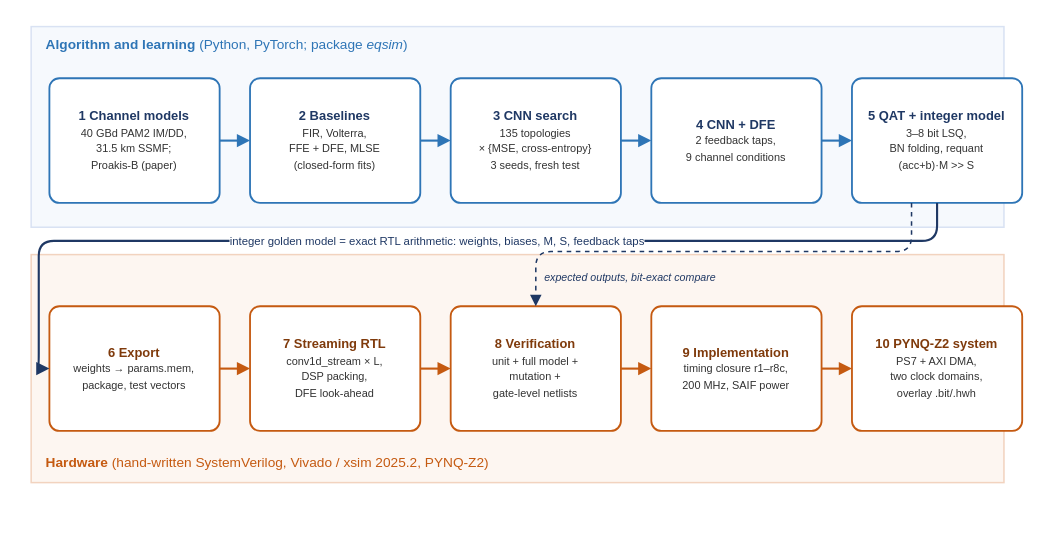
Before: report/diagrams/drawio/fig01_pipeline.drawio in JSpectre20/mlee-cnn-equalizer, a draw.io diagram. Source tidied: cells renumbered, new cells numbered last; positions are measured from the earlier drawing's top-left corner, leaving out a move shared by most shapes. Both pictures are drawn from the tidied source at 152%, with x=0, y=0 at pixel (30, 26).
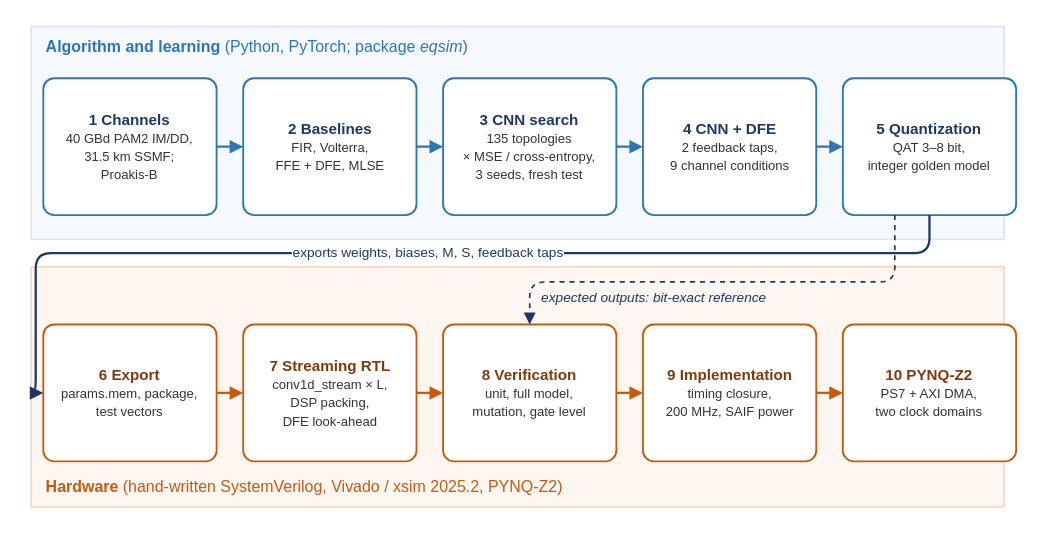
After the change.

What changed in the source:
```diff
@@
     <mxCell id="2" style="rounded=0;arcSize=8;whiteSpace=wrap;html=1;fillColor=#F6F9FD;strokeColor=#D9E2F3;fontColor=#1F3864;fontFamily=Arial;fontSize=9;align=center;verticalAlign=middle;strokeWidth=1;dashed=0;spacing=3;" parent="1" vertex="1">
-      <mxGeometry width="640" height="132" as="geometry" />
+      <mxGeometry width="640" height="140" as="geometry" />
     </mxCell>
     <mxCell id="3" style="rounded=0;arcSize=8;whiteSpace=wrap;html=1;fillColor=#FDF6F1;strokeColor=#F2D3BF;fontColor=#1F3864;fontFamily=Arial;fontSize=9;align=center;verticalAlign=middle;strokeWidth=1;dashed=0;spacing=3;" parent="1" vertex="1">
-      <mxGeometry y="150" width="640" height="150" as="geometry" />
+      <mxGeometry y="158" width="640" height="158" as="geometry" />
     </mxCell>
-    <mxCell id="4" value="&lt;b&gt;Algorithm and learning&lt;/b&gt;  (Python, PyTorch; package &lt;i&gt;eqsim&lt;/i&gt;)" style="text;html=1;whiteSpace=wrap;fontFamily=Arial;fontSize=9;fontColor=#2E75B6;align=left;verticalAlign=middle;fontStyle=0;spacing=0;" parent="1" vertex="1">
-      <mxGeometry x="10" y="4" width="520" height="16" as="geometry" />
+    <mxCell id="4" value="&lt;b&gt;Algorithm and learning&lt;/b&gt;  (Python, PyTorch; package &lt;i&gt;eqsim&lt;/i&gt;)" style="text;html=1;whiteSpace=wrap;fontFamily=Arial;fontSize=10.5;fontColor=#2E75B6;align=left;verticalAlign=middle;fontStyle=0;spacing=0;" parent="1" vertex="1">
+      <mxGeometry x="10" y="4" width="600" height="18" as="geometry" />
     </mxCell>
-    <mxCell id="5" value="&lt;b&gt;Hardware&lt;/b&gt;  (hand-written SystemVerilog, Vivado / xsim 2025.2, PYNQ-Z2)" style="text;html=1;whiteSpace=wrap;fontFamily=Arial;fontSize=9;fontColor=#C55A11;align=left;verticalAlign=middle;fontStyle=0;spacing=0;" parent="1" vertex="1">
-      <mxGeometry x="10" y="279" width="520" height="16" as="geometry" />
+    <mxCell id="5" value="&lt;b&gt;Hardware&lt;/b&gt;  (hand-written SystemVerilog, Vivado / xsim 2025.2, PYNQ-Z2)" style="text;html=1;whiteSpace=wrap;fontFamily=Arial;fontSize=10.5;fontColor=#C55A11;align=left;verticalAlign=middle;fontStyle=0;spacing=0;" parent="1" vertex="1">
+      <mxGeometry x="10" y="294" width="600" height="18" as="geometry" />
     </mxCell>
-    <mxCell id="6" value="&lt;b&gt;1  Channel models&lt;/b&gt;&lt;br&gt;&lt;font style=&quot;font-size:7.2px&quot; color=&quot;#333333&quot;&gt;40 GBd PAM2 IM/DD,&lt;br&gt;31.5 km SSMF;&lt;br&gt;Proakis-B (paper)&lt;/font&gt;" style="rounded=1;arcSize=8;whiteSpace=wrap;html=1;fillColor=#FFFFFF;strokeColor=#2E75B6;fontColor=#1F3864;fontFamily=Arial;fontSize=8.5;align=center;verticalAlign=middle;strokeWidth=1.2;dashed=0;spacing=3;" parent="1" vertex="1">
-      <mxGeometry x="12" y="34" width="112" height="82" as="geometry" />
+    <mxCell id="6" value="&lt;b&gt;1  Channels&lt;/b&gt;&lt;br&gt;&lt;font style=&quot;font-size:8.6px&quot; color=&quot;#333333&quot;&gt;40 GBd PAM2 IM/DD,&lt;br&gt;31.5 km SSMF;&lt;br&gt;Proakis-B&lt;/font&gt;" style="rounded=1;arcSize=8;whiteSpace=wrap;html=1;fillColor=#FFFFFF;strokeColor=#2E75B6;fontColor=#1F3864;fontFamily=Arial;fontSize=10;align=center;verticalAlign=middle;strokeWidth=1.2;dashed=0;spacing=3;" parent="1" vertex="1">
+      <mxGeometry x="8" y="34" width="114" height="90" as="geometry" />
     </mxCell>
-    <mxCell id="7" value="&lt;b&gt;2  Baselines&lt;/b&gt;&lt;br&gt;&lt;font style=&quot;font-size:7.2px&quot; color=&quot;#333333&quot;&gt;FIR, Volterra,&lt;br&gt;FFE + DFE, MLSE&lt;br&gt;(closed-form fits)&lt;/font&gt;" style="rounded=1;arcSize=8;whiteSpace=wrap;html=1;fillColor=#FFFFFF;strokeColor=#2E75B6;fontColor=#1F3864;fontFamily=Arial;fontSize=8.5;align=center;verticalAlign=middle;strokeWidth=1.2;dashed=0;spacing=3;" parent="1" vertex="1">
-      <mxGeometry x="144" y="34" width="112" height="82" as="geometry" />
+    <mxCell id="7" value="&lt;b&gt;2  Baselines&lt;/b&gt;&lt;br&gt;&lt;font style=&quot;font-size:8.6px&quot; color=&quot;#333333&quot;&gt;FIR, Volterra,&lt;br&gt;FFE + DFE, MLSE&lt;/font&gt;" style="rounded=1;arcSize=8;whiteSpace=wrap;html=1;fillColor=#FFFFFF;strokeColor=#2E75B6;fontColor=#1F3864;fontFamily=Arial;fontSize=10;align=center;verticalAlign=middle;strokeWidth=1.2;dashed=0;spacing=3;" parent="1" vertex="1">
+      <mxGeometry x="139.5" y="34" width="114" height="90" as="geometry" />
     </mxCell>
-    <mxCell id="8" value="&lt;b&gt;3  CNN search&lt;/b&gt;&lt;br&gt;&lt;font style=&quot;font-size:7.2px&quot; color=&quot;#333333&quot;&gt;135 topologies&lt;br&gt;&amp;times; {MSE, cross-entropy}&lt;br&gt;3 seeds, fresh test&lt;/font&gt;" style="rounded=1;arcSize=8;whiteSpace=wrap;html=1;fillColor=#FFFFFF;strokeColor=#2E75B6;fontColor=#1F3864;fontFamily=Arial;fontSize=8.5;align=center;verticalAlign=middle;strokeWidth=1.2;dashed=0;spacing=3;" parent="1" vertex="1">
-      <mxGeometry x="276" y="34" width="112" height="82" as="geometry" />
+    <mxCell id="8" value="&lt;b&gt;3  CNN search&lt;/b&gt;&lt;br&gt;&lt;font style=&quot;font-size:8.6px&quot; color=&quot;#333333&quot;&gt;135 topologies&lt;br&gt;&amp;times; MSE / cross-entropy,&lt;br&gt;3 seeds, fresh test&lt;/font&gt;" style="rounded=1;arcSize=8;whiteSpace=wrap;html=1;fillColor=#FFFFFF;strokeColor=#2E75B6;fontColor=#1F3864;fontFamily=Arial;fontSize=10;align=center;verticalAlign=middle;strokeWidth=1.2;dashed=0;spacing=3;" parent="1" vertex="1">
+      <mxGeometry x="271" y="34" width="114" height="90" as="geometry" />
     </mxCell>
-    <mxCell id="9" value="&lt;b&gt;4  CNN + DFE&lt;/b&gt;&lt;br&gt;&lt;font style=&quot;font-size:7.2px&quot; color=&quot;#333333&quot;&gt;2 feedback taps,&lt;br&gt;9 channel conditions&lt;/font&gt;" style="rounded=1;arcSize=8;whiteSpace=wrap;html=1;fillColor=#FFFFFF;strokeColor=#2E75B6;fontColor=#1F3864;fontFamily=Arial;fontSize=8.5;align=center;verticalAlign=middle;strokeWidth=1.2;dashed=0;spacing=3;" parent="1" vertex="1">
-      <mxGeometry x="408" y="34" width="112" height="82" as="geometry" />
+    <mxCell id="9" value="&lt;b&gt;4  CNN + DFE&lt;/b&gt;&lt;br&gt;&lt;font style=&quot;font-size:8.6px&quot; color=&quot;#333333&quot;&gt;2 feedback taps,&lt;br&gt;9 channel conditions&lt;/font&gt;" style="rounded=1;arcSize=8;whiteSpace=wrap;html=1;fillColor=#FFFFFF;strokeColor=#2E75B6;fontColor=#1F3864;fontFamily=Arial;fontSize=10;align=center;verticalAlign=middle;strokeWidth=1.2;dashed=0;spacing=3;" parent="1" vertex="1">
+      <mxGeometry x="402.5" y="34" width="114" height="90" as="geometry" />
     </mxCell>
-    <mxCell id="10" value="&lt;b&gt;5  QAT + integer model&lt;/b&gt;&lt;br&gt;&lt;font style=&quot;font-size:7.2px&quot; color=&quot;#333333&quot;&gt;3&amp;ndash;8 bit LSQ,&lt;br&gt;BN folding, requant&lt;br&gt;(acc+b)&amp;middot;M &amp;gt;&amp;gt; S&lt;/font&gt;" style="rounded=1;arcSize=8;whiteSpace=wrap;html=1;fillColor=#FFFFFF;strokeColor=#2E75B6;fontColor=#1F3864;fontFamily=Arial;fontSize=8.5;align=center;verticalAlign=middle;strokeWidth=1.2;dashed=0;spacing=3;" parent="1" vertex="1">
-      <mxGeometry x="540" y="34" width="112" height="82" as="geometry" />
+    <mxCell id="10" value="&lt;b&gt;5  Quantization&lt;/b&gt;&lt;br&gt;&lt;font style=&quot;font-size:8.6px&quot; color=&quot;#333333&quot;&gt;QAT 3&amp;ndash;8 bit,&lt;br&gt;integer golden model&lt;/font&gt;" style="rounded=1;arcSize=8;whiteSpace=wrap;html=1;fillColor=#FFFFFF;strokeColor=#2E75B6;fontColor=#1F3864;fontFamily=Arial;fontSize=10;align=center;verticalAlign=middle;strokeWidth=1.2;dashed=0;spacing=3;" parent="1" vertex="1">
+      <mxGeometry x="534" y="34" width="114" height="90" as="geometry" />
     </mxCell>
-    <mxCell id="11" value="&lt;b&gt;6  Export&lt;/b&gt;&lt;br&gt;&lt;font style=&quot;font-size:7.2px&quot; color=&quot;#333333&quot;&gt;weights &amp;rarr; params.mem,&lt;br&gt;package, test vectors&lt;/font&gt;" style="rounded=1;arcSize=8;whiteSpace=wrap;html=1;fillColor=#FFFFFF;strokeColor=#C55A11;fontColor=#7F3A0B;fontFamily=Arial;fontSize=8.5;align=center;verticalAlign=middle;strokeWidth=1.2;dashed=0;spacing=3;" parent="1" vertex="1">
-      <mxGeometry x="12" y="184" width="112" height="82" as="geometry" />
+    <mxCell id="11" value="&lt;b&gt;6  Export&lt;/b&gt;&lt;br&gt;&lt;font style=&quot;font-size:8.6px&quot; color=&quot;#333333&quot;&gt;params.mem, package,&lt;br&gt;test vectors&lt;/font&gt;" style="rounded=1;arcSize=8;whiteSpace=wrap;html=1;fillColor=#FFFFFF;strokeColor=#C55A11;fontColor=#7F3A0B;fontFamily=Arial;fontSize=10;align=center;verticalAlign=middle;strokeWidth=1.2;dashed=0;spacing=3;" parent="1" vertex="1">
+      <mxGeometry x="8" y="196" width="114" height="90" as="geometry" />
     </mxCell>
-    <mxCell id="12" value="&lt;b&gt;7  Streaming RTL&lt;/b&gt;&lt;br&gt;&lt;font style=&quot;font-size:7.2px&quot; color=&quot;#333333&quot;&gt;conv1d_stream &amp;times; L,&lt;br&gt;DSP packing,&lt;br&gt;DFE look-ahead&lt;/font&gt;" style="rounded=1;arcSize=8;whiteSpace=wrap;html=1;fillColor=#FFFFFF;strokeColor=#C55A11;fontColor=#7F3A0B;fontFamily=Arial;fontSize=8.5;align=center;verticalAlign=middle;strokeWidth=1.2;dashed=0;spacing=3;" parent="1" vertex="1">
-      <mxGeometry x="144" y="184" width="112" height="82" as="geometry" />
+    <mxCell id="12" value="&lt;b&gt;7  Streaming RTL&lt;/b&gt;&lt;br&gt;&lt;font style=&quot;font-size:8.6px&quot; color=&quot;#333333&quot;&gt;conv1d_stream &amp;times; L,&lt;br&gt;DSP packing,&lt;br&gt;DFE look-ahead&lt;/font&gt;" style="rounded=1;arcSize=8;whiteSpace=wrap;html=1;fillColor=#FFFFFF;strokeColor=#C55A11;fontColor=#7F3A0B;fontFamily=Arial;fontSize=10;align=center;verticalAlign=middle;strokeWidth=1.2;dashed=0;spacing=3;" parent="1" vertex="1">
+      <mxGeometry x="139.5" y="196" width="114" height="90" as="geometry" />
     </mxCell>
-    <mxCell id="13" value="&lt;b&gt;8  Verification&lt;/b&gt;&lt;br&gt;&lt;font style=&quot;font-size:7.2px&quot; color=&quot;#333333&quot;&gt;unit + full model +&lt;br&gt;mutation +&lt;br&gt;gate-level netlists&lt;/font&gt;" style="rounded=1;arcSize=8;whiteSpace=wrap;html=1;fillColor=#FFFFFF;strokeColor=#C55A11;fontColor=#7F3A0B;fontFamily=Arial;fontSize=8.5;align=center;verticalAlign=middle;strokeWidth=1.2;dashed=0;spacing=3;" parent="1" vertex="1">
-      <mxGeometry x="276" y="184" width="112" height="82" as="geometry" />
+    <mxCell id="13" value="&lt;b&gt;8  Verification&lt;/b&gt;&lt;br&gt;&lt;font style=&quot;font-size:8.6px&quot; color=&quot;#333333&quot;&gt;unit, full model,&lt;br&gt;mutation, gate level&lt;/font&gt;" style="rounded=1;arcSize=8;whiteSpace=wrap;html=1;fillColor=#FFFFFF;strokeColor=#C55A11;fontColor=#7F3A0B;fontFamily=Arial;fontSize=10;align=center;verticalAlign=middle;strokeWidth=1.2;dashed=0;spacing=3;" parent="1" vertex="1">
+      <mxGeometry x="271" y="196" width="114" height="90" as="geometry" />
     </mxCell>
-    <mxCell id="14" value="&lt;b&gt;9  Implementation&lt;/b&gt;&lt;br&gt;&lt;font style=&quot;font-size:7.2px&quot; color=&quot;#333333&quot;&gt;timing closure r1&amp;ndash;r8c,&lt;br&gt;200 MHz, SAIF power&lt;/font&gt;" style="rounded=1;arcSize=8;whiteSpace=wrap;html=1;fillColor=#FFFFFF;strokeColor=#C55A11;fontColor=#7F3A0B;fontFamily=Arial;fontSize=8.5;align=center;verticalAlign=middle;strokeWidth=1.2;dashed=0;spacing=3;" parent="1" vertex="1">
-      <mxGeometry x="408" y="184" width="112" height="82" as="geometry" />
+    <mxCell id="14" value="&lt;b&gt;9  Implementation&lt;/b&gt;&lt;br&gt;&lt;font style=&quot;font-size:8.6px&quot; color=&quot;#333333&quot;&gt;timing closure,&lt;br&gt;200 MHz, SAIF power&lt;/font&gt;" style="rounded=1;arcSize=8;whiteSpace=wrap;html=1;fillColor=#FFFFFF;strokeColor=#C55A11;fontColor=#7F3A0B;fontFamily=Arial;fontSize=10;align=center;verticalAlign=middle;strokeWidth=1.2;dashed=0;spacing=3;" parent="1" vertex="1">
+      <mxGeometry x="402.5" y="196" width="114" height="90" as="geometry" />
     </mxCell>
-    <mxCell id="15" value="&lt;b&gt;10  PYNQ-Z2 system&lt;/b&gt;&lt;br&gt;&lt;font style=&quot;font-size:7.2px&quot; color=&quot;#333333&quot;&gt;PS7 + AXI DMA,&lt;br&gt;two clock domains,&lt;br&gt;overlay .bit/.hwh&lt;/font&gt;" style="rounded=1;arcSize=8;whiteSpace=wrap;html=1;fillColor=#FFFFFF;strokeColor=#C55A11;fontColor=#7F3A0B;fontFamily=Arial;fontSize=8.5;align=center;verticalAlign=middle;strokeWidth=1.2;dashed=0;spacing=3;" parent="1" vertex="1">
-      <mxGeometry x="540" y="184" width="112" height="82" as="geometry" />
+    <mxCell id="15" value="&lt;b&gt;10  PYNQ-Z2&lt;/b&gt;&lt;br&gt;&lt;font style=&quot;font-size:8.6px&quot; color=&quot;#333333&quot;&gt;PS7 + AXI DMA,&lt;br&gt;two clock domains&lt;/font&gt;" style="rounded=1;arcSize=8;whiteSpace=wrap;html=1;fillColor=#FFFFFF;strokeColor=#C55A11;fontColor=#7F3A0B;fontFamily=Arial;fontSize=10;align=center;verticalAlign=middle;strokeWidth=1.2;dashed=0;spacing=3;" parent="1" vertex="1">
+      <mxGeometry x="534" y="196" width="114" height="90" as="geometry" />
     </mxCell>
-    <mxCell id="16" style="edgeStyle=orthogonalEdgeStyle;rounded=1;html=1;strokeColor=#2E75B6;strokeWidth=1.4;endArrow=block;endFill=1;startArrow=none;startFill=1;endSize=5;startSize=5;dashed=0;fontFamily=Arial;fontSize=7;fontColor=#2E75B6;labelBackgroundColor=#FFFFFF;" parent="1" edge="1" source="6" target="7">
+    <mxCell id="16" style="edgeStyle=orthogonalEdgeStyle;rounded=1;html=1;strokeColor=#2E75B6;strokeWidth=1.5;endArrow=block;endFill=1;startArrow=none;startFill=1;endSize=5;startSize=5;dashed=0;fontFamily=Arial;fontSize=7;fontColor=#2E75B6;labelBackgroundColor=#FFFFFF;" parent="1" edge="1" source="6" target="7">
       <mxGeometry relative="1" as="geometry" />
     </mxCell>
-    <mxCell id="17" style="edgeStyle=orthogonalEdgeStyle;rounded=1;html=1;strokeColor=#2E75B6;strokeWidth=1.4;endArrow=block;endFill=1;startArrow=none;startFill=1;endSize=5;startSize=5;dashed=0;fontFamily=Arial;fontSize=7;fontColor=#2E75B6;labelBackgroundColor=#FFFFFF;" parent="1" edge="1" source="7" target="8">
+    <mxCell id="17" style="edgeStyle=orthogonalEdgeStyle;rounded=1;html=1;strokeColor=#2E75B6;strokeWidth=1.5;endArrow=block;endFill=1;startArrow=none;startFill=1;endSize=5;startSize=5;dashed=0;fontFamily=Arial;fontSize=7;fontColor=#2E75B6;labelBackgroundColor=#FFFFFF;" parent="1" edge="1" source="7" target="8">
       <mxGeometry relative="1" as="geometry" />
     </mxCell>
-    <mxCell id="18" style="edgeStyle=orthogonalEdgeStyle;rounded=1;html=1;strokeColor=#2E75B6;strokeWidth=1.4;endArrow=block;endFill=1;startArrow=none;startFill=1;endSize=5;startSize=5;dashed=0;fontFamily=Arial;fontSize=7;fontColor=#2E75B6;labelBackgroundColor=#FFFFFF;" parent="1" edge="1" source="8" target="9">
+    <mxCell id="18" style="edgeStyle=orthogonalEdgeStyle;rounded=1;html=1;strokeColor=#2E75B6;strokeWidth=1.5;endArrow=block;endFill=1;startArrow=none;startFill=1;endSize=5;startSize=5;dashed=0;fontFamily=Arial;fontSize=7;fontColor=#2E75B6;labelBackgroundColor=#FFFFFF;" parent="1" edge="1" source="8" target="9">
       <mxGeometry relative="1" as="geometry" />
     </mxCell>
-    <mxCell id="19" style="edgeStyle=orthogonalEdgeStyle;rounded=1;html=1;strokeColor=#2E75B6;strokeWidth=1.4;endArrow=block;endFill=1;startArrow=none;startFill=1;endSize=5;startSize=5;dashed=0;fontFamily=Arial;fontSize=7;fontColor=#2E75B6;labelBackgroundColor=#FFFFFF;" parent="1" edge="1" source="9" target="10">
+    <mxCell id="19" style="edgeStyle=orthogonalEdgeStyle;rounded=1;html=1;strokeColor=#2E75B6;strokeWidth=1.5;endArrow=block;endFill=1;startArrow=none;startFill=1;endSize=5;startSize=5;dashed=0;fontFamily=Arial;fontSize=7;fontColor=#2E75B6;labelBackgroundColor=#FFFFFF;" parent="1" edge="1" source="9" target="10">
       <mxGeometry relative="1" as="geometry" />
     </mxCell>
-    <mxCell id="20" style="edgeStyle=orthogonalEdgeStyle;rounded=1;html=1;strokeColor=#C55A11;strokeWidth=1.4;endArrow=block;endFill=1;startArrow=none;startFill=1;endSize=5;startSize=5;dashed=0;fontFamily=Arial;fontSize=7;fontColor=#C55A11;labelBackgroundColor=#FFFFFF;" parent="1" edge="1" source="11" target="12">
+    <mxCell id="20" style="edgeStyle=orthogonalEdgeStyle;rounded=1;html=1;strokeColor=#C55A11;strokeWidth=1.5;endArrow=block;endFill=1;startArrow=none;startFill=1;endSize=5;startSize=5;dashed=0;fontFamily=Arial;fontSize=7;fontColor=#C55A11;labelBackgroundColor=#FFFFFF;" parent="1" edge="1" source="11" target="12">
       <mxGeometry relative="1" as="geometry" />
     </mxCell>
-    <mxCell id="21" style="edgeStyle=orthogonalEdgeStyle;rounded=1;html=1;strokeColor=#C55A11;strokeWidth=1.4;endArrow=block;endFill=1;startArrow=none;startFill=1;endSize=5;startSize=5;dashed=0;fontFamily=Arial;fontSize=7;fontColor=#C55A11;labelBackgroundColor=#FFFFFF;" parent="1" edge="1" source="12" target="13">
+    <mxCell id="21" style="edgeStyle=orthogonalEdgeStyle;rounded=1;html=1;strokeColor=#C55A11;strokeWidth=1.5;endArrow=block;endFill=1;startArrow=none;startFill=1;endSize=5;startSize=5;dashed=0;fontFamily=Arial;fontSize=7;fontColor=#C55A11;labelBackgroundColor=#FFFFFF;" parent="1" edge="1" source="12" target="13">
       <mxGeometry relative="1" as="geometry" />
     </mxCell>
-    <mxCell id="22" style="edgeStyle=orthogonalEdgeStyle;rounded=1;html=1;strokeColor=#C55A11;strokeWidth=1.4;endArrow=block;endFill=1;startArrow=none;startFill=1;endSize=5;startSize=5;dashed=0;fontFamily=Arial;fontSize=7;fontColor=#C55A11;labelBackgroundColor=#FFFFFF;" parent="1" edge="1" source="13" target="14">
+    <mxCell id="22" style="edgeStyle=orthogonalEdgeStyle;rounded=1;html=1;strokeColor=#C55A11;strokeWidth=1.5;endArrow=block;endFill=1;startArrow=none;startFill=1;endSize=5;startSize=5;dashed=0;fontFamily=Arial;fontSize=7;fontColor=#C55A11;labelBackgroundColor=#FFFFFF;" parent="1" edge="1" source="13" target="14">
       <mxGeometry relative="1" as="geometry" />
     </mxCell>
-    <mxCell id="23" style="edgeStyle=orthogonalEdgeStyle;rounded=1;html=1;strokeColor=#C55A11;strokeWidth=1.4;endArrow=block;endFill=1;startArrow=none;startFill=1;endSize=5;startSize=5;dashed=0;fontFamily=Arial;fontSize=7;fontColor=#C55A11;labelBackgroundColor=#FFFFFF;" parent="1" edge="1" source="14" target="15">
+    <mxCell id="23" style="edgeStyle=orthogonalEdgeStyle;rounded=1;html=1;strokeColor=#C55A11;strokeWidth=1.5;endArrow=block;endFill=1;startArrow=none;startFill=1;endSize=5;startSize=5;dashed=0;fontFamily=Arial;fontSize=7;fontColor=#C55A11;labelBackgroundColor=#FFFFFF;" parent="1" edge="1" source="14" target="15">
       <mxGeometry relative="1" as="geometry" />
     </mxCell>
-    <mxCell id="24" value="integer golden model = exact RTL arithmetic: weights, biases, M, S, feedback taps" style="edgeStyle=orthogonalEdgeStyle;rounded=1;html=1;strokeColor=#1F3864;strokeWidth=1.4;endArrow=block;endFill=1;startArrow=none;startFill=1;endSize=5;startSize=5;dashed=0;fontFamily=Arial;fontSize=7.5;fontColor=#1F3864;labelBackgroundColor=#FFFFFF;exitX=0.5;exitY=1;exitDx=0;exitDy=0;entryX=0;entryY=0.5;entryDx=0;entryDy=0;" parent="1" edge="1" source="10" target="11">
+    <mxCell id="24" value="exports weights, biases, M, S, feedback taps" style="edgeStyle=orthogonalEdgeStyle;rounded=1;html=1;strokeColor=#1F3864;strokeWidth=1.5;endArrow=block;endFill=1;startArrow=none;startFill=1;endSize=5;startSize=5;dashed=0;fontFamily=Arial;fontSize=9;fontColor=#1F3864;labelBackgroundColor=#FFFFFF;exitX=0.5;exitY=1;exitDx=0;exitDy=0;entryX=0;entryY=0.5;entryDx=0;entryDy=0;" parent="1" edge="1" source="10" target="11">
       <mxGeometry relative="1" as="geometry">
         <Array as="points">
-          <mxPoint x="596" y="141" />
-          <mxPoint x="5" y="141" />
-          <mxPoint x="5" y="225" />
+          <mxPoint x="591" y="149" />
+          <mxPoint x="3" y="149" />
+          <mxPoint x="3" y="241" />
         </Array>
       </mxGeometry>
     </mxCell>
-    <mxCell id="25" style="edgeStyle=orthogonalEdgeStyle;rounded=1;html=1;strokeColor=#1F3864;strokeWidth=1.0;endArrow=block;endFill=1;startArrow=none;startFill=1;endSize=5;startSize=5;dashed=1;fontFamily=Arial;fontSize=7;fontColor=#1F3864;labelBackgroundColor=#FFFFFF;exitX=0.35;exitY=1;exitDx=0;exitDy=0;entryX=0.5;entryY=0;entryDx=0;entryDy=0;" parent="1" edge="1" source="10" target="13">
+    <mxCell id="25" style="edgeStyle=orthogonalEdgeStyle;rounded=1;html=1;strokeColor=#1F3864;strokeWidth=1.1;endArrow=block;endFill=1;startArrow=none;startFill=1;endSize=5;startSize=5;dashed=1;fontFamily=Arial;fontSize=7;fontColor=#1F3864;labelBackgroundColor=#FFFFFF;exitX=0.3;exitY=1;exitDx=0;exitDy=0;entryX=0.5;entryY=0;entryDx=0;entryDy=0;" parent="1" edge="1" source="10" target="13">
       <mxGeometry relative="1" as="geometry">
         <Array as="points">
-          <mxPoint x="579.2" y="148" />
-          <mxPoint x="332" y="148" />
+          <mxPoint x="568.2" y="168" />
+          <mxPoint x="328" y="168" />
         </Array>
       </mxGeometry>
     </mxCell>
-    <mxCell id="26" value="expected outputs, bit-exact compare" style="text;html=1;whiteSpace=wrap;fontFamily=Arial;fontSize=7;fontColor=#1F3864;align=left;verticalAlign=middle;fontStyle=2;spacing=0;" parent="1" vertex="1">
-      <mxGeometry x="338" y="160" width="200" height="12" as="geometry" />
+    <mxCell id="26" value="expected outputs: bit-exact reference" style="text;html=1;whiteSpace=wrap;fontFamily=Arial;fontSize=9;fontColor=#1F3864;align=left;verticalAlign=middle;fontStyle=2;spacing=0;" parent="1" vertex="1">
+      <mxGeometry x="336" y="172" width="260" height="14" as="geometry" />
     </mxCell>
```
